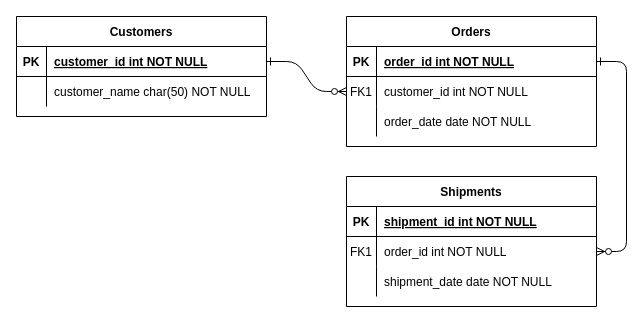
The draw.io diagram MiniProjectDvdStorePhysicalDataModel.drawio in sanyassyed/diagrams, before the edit. Source tidied: cells renumbered, new cells numbered last; positions are measured from the earlier drawing's top-left corner, leaving out a move shared by most shapes. Both pictures are drawn from the tidied source at 100%, with x=0, y=0 at pixel (16, 16).
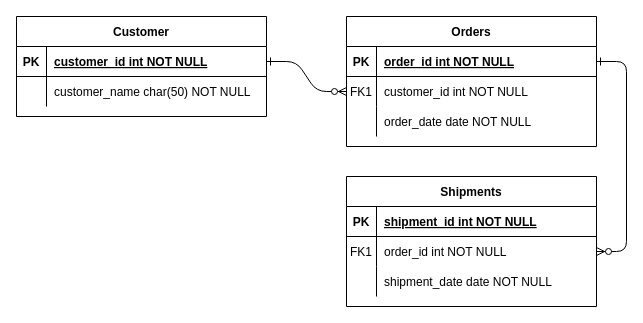
The same diagram, later.

What changed in the source:
```diff
@@
-    <mxCell id="24" value="Customers" style="shape=table;startSize=30;childLayout=tableLayout;rowLines=0;fontStyle=1;align=center;" parent="1" vertex="1">
+    <mxCell id="24" value="Customer" style="shape=table;startSize=30;childLayout=tableLayout;rowLines=0;fontStyle=1;align=center;" parent="1" vertex="1">
       <mxGeometry width="250" height="100" as="geometry" />
     </mxCell>
```
